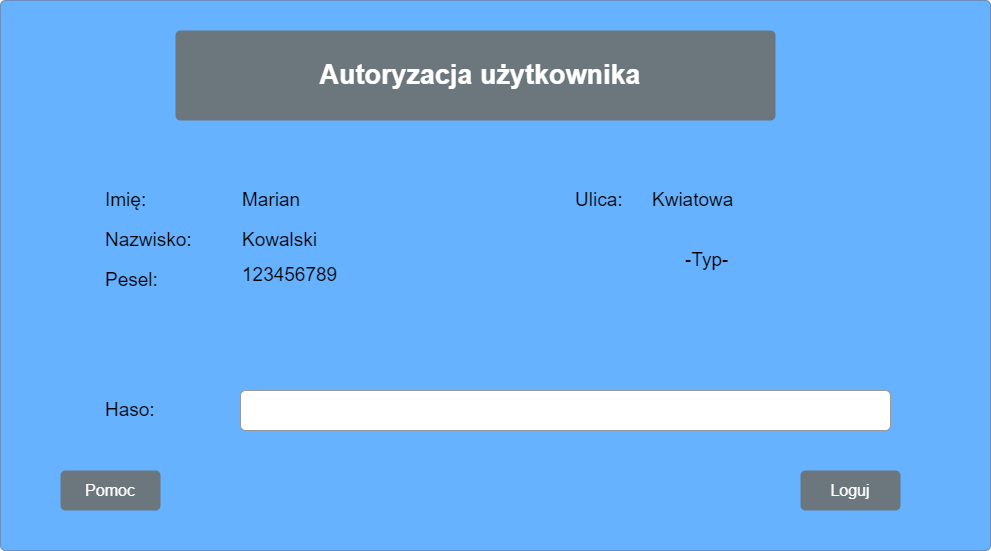
This is Diagramy/InterfejsAutoryzacijUzytkownika.drawio.png from Karczykowski/Psi, a draw.io export, as it was before one commit. Source tidied: cells renumbered, new cells last; positions are measured from the earlier drawing's top-left corner, leaving out a move shared by most shapes. Source of this version:
```xml
<mxGraphModel>
  <root>
    <mxCell id="0" />
    <mxCell id="1" parent="0" />
    <mxCell id="2" style="html=1;shadow=0;dashed=0;shape=mxgraph.bootstrap.rrect;rSize=5;strokeColor=#6c8ebf;strokeWidth=1;fillColor=#66B2FF;whiteSpace=wrap;align=center;verticalAlign=middle;spacingLeft=0;fontStyle=0;fontSize=16;spacing=5;" parent="1" vertex="1">
      <mxGeometry width="990" height="550" as="geometry" />
    </mxCell>
    <mxCell id="3" value="&lt;font style=&quot;font-size: 27px;&quot;&gt;Autoryzacja użytkownika&lt;/font&gt;" style="html=1;shadow=0;dashed=0;shape=mxgraph.bootstrap.rrect;rSize=5;strokeColor=none;strokeWidth=1;fillColor=#6C767D;fontColor=#FFFFFF;whiteSpace=wrap;align=center;verticalAlign=middle;spacingLeft=10;fontStyle=1;fontSize=18;" parent="1" vertex="1">
      <mxGeometry x="175" y="30" width="600" height="90" as="geometry" />
    </mxCell>
    <mxCell id="4" value="Loguj" style="html=1;shadow=0;dashed=0;shape=mxgraph.bootstrap.rrect;rSize=5;strokeColor=none;strokeWidth=1;fillColor=#6C767D;fontColor=#FFFFFF;whiteSpace=wrap;align=center;verticalAlign=middle;spacingLeft=0;fontStyle=0;fontSize=16;spacing=5;" parent="1" vertex="1">
      <mxGeometry x="800" y="470" width="100" height="40" as="geometry" />
    </mxCell>
    <mxCell id="5" value="Imię:" style="strokeColor=none;fillColor=none;fontColor=#000000;whiteSpace=wrap;align=left;verticalAlign=middle;fontStyle=0;fontSize=19;spacing=15;" parent="1" vertex="1">
      <mxGeometry x="90" y="180" width="150" height="40" as="geometry" />
    </mxCell>
    <mxCell id="6" value="Marian" style="strokeColor=none;fillColor=none;fontColor=#000000;whiteSpace=wrap;align=left;verticalAlign=middle;fontStyle=0;fontSize=19;" parent="1" vertex="1">
      <mxGeometry x="240" y="180" width="150" height="40" as="geometry" />
    </mxCell>
    <mxCell id="7" value="Haso:" style="strokeColor=none;fillColor=none;fontColor=#000000;whiteSpace=wrap;align=left;verticalAlign=middle;fontStyle=0;fontSize=19;spacing=15;" parent="1" vertex="1">
      <mxGeometry x="90" y="390" width="150" height="40" as="geometry" />
    </mxCell>
    <mxCell id="8" style="html=1;shadow=0;dashed=0;shape=mxgraph.bootstrap.rrect;rSize=5;strokeColor=#999999;fillColor=#ffffff;fontColor=#000000;whiteSpace=wrap;align=left;verticalAlign=middle;fontStyle=0;fontSize=14;spacing=15;" parent="1" vertex="1">
      <mxGeometry x="240" y="390" width="650" height="40" as="geometry" />
    </mxCell>
    <mxCell id="9" value="Pomoc" style="html=1;shadow=0;dashed=0;shape=mxgraph.bootstrap.rrect;rSize=5;strokeColor=none;strokeWidth=1;fillColor=#6C767D;fontColor=#FFFFFF;whiteSpace=wrap;align=center;verticalAlign=middle;spacingLeft=0;fontStyle=0;fontSize=16;spacing=5;" parent="1" vertex="1">
      <mxGeometry x="60" y="470" width="100" height="40" as="geometry" />
    </mxCell>
    <mxCell id="10" value="Nazwisko:" style="strokeColor=none;fillColor=none;fontColor=#000000;whiteSpace=wrap;align=left;verticalAlign=middle;fontStyle=0;fontSize=19;spacing=15;" parent="1" vertex="1">
      <mxGeometry x="90" y="220" width="150" height="40" as="geometry" />
    </mxCell>
    <mxCell id="11" value="Kowalski" style="strokeColor=none;fillColor=none;fontColor=#000000;whiteSpace=wrap;align=left;verticalAlign=middle;fontStyle=0;fontSize=19;" parent="1" vertex="1">
      <mxGeometry x="240" y="220" width="150" height="40" as="geometry" />
    </mxCell>
    <mxCell id="12" value="Pesel:" style="strokeColor=none;fillColor=none;fontColor=#000000;whiteSpace=wrap;align=left;verticalAlign=middle;fontStyle=0;fontSize=19;spacing=15;" parent="1" vertex="1">
      <mxGeometry x="90" y="260" width="150" height="40" as="geometry" />
    </mxCell>
    <mxCell id="13" value="123456789" style="strokeColor=none;fillColor=none;fontColor=#000000;whiteSpace=wrap;align=left;verticalAlign=middle;fontStyle=0;fontSize=19;" parent="1" vertex="1">
      <mxGeometry x="240" y="255" width="150" height="40" as="geometry" />
    </mxCell>
    <mxCell id="14" value="Ulica:" style="strokeColor=none;fillColor=none;fontColor=#000000;whiteSpace=wrap;align=left;verticalAlign=middle;fontStyle=0;fontSize=19;spacing=15;" parent="1" vertex="1">
      <mxGeometry x="560" y="180" width="150" height="40" as="geometry" />
    </mxCell>
    <mxCell id="15" value="Kwiatowa" style="strokeColor=none;fillColor=none;fontColor=#000000;whiteSpace=wrap;align=left;verticalAlign=middle;fontStyle=0;fontSize=19;" parent="1" vertex="1">
      <mxGeometry x="650" y="180" width="150" height="40" as="geometry" />
    </mxCell>
    <mxCell id="16" value="-Typ-" style="strokeColor=none;fillColor=none;fontColor=#000000;whiteSpace=wrap;align=left;verticalAlign=middle;fontStyle=0;fontSize=19;spacing=15;" parent="1" vertex="1">
      <mxGeometry x="670" y="240" width="80" height="40" as="geometry" />
    </mxCell>
  </root>
</mxGraphModel>
```
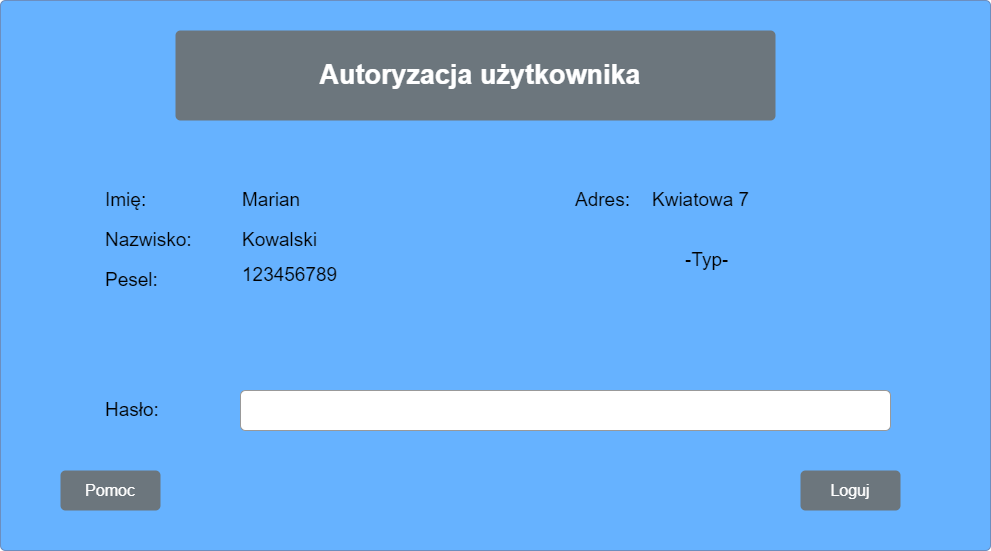
Later version of the same file.

The edit, as a diff of the source:
```diff
@@ -17,7 +17,7 @@
     <mxCell id="6" value="Marian" style="strokeColor=none;fillColor=none;fontColor=#000000;whiteSpace=wrap;align=left;verticalAlign=middle;fontStyle=0;fontSize=19;" parent="1" vertex="1">
       <mxGeometry x="240" y="180" width="150" height="40" as="geometry" />
     </mxCell>
-    <mxCell id="7" value="Haso:" style="strokeColor=none;fillColor=none;fontColor=#000000;whiteSpace=wrap;align=left;verticalAlign=middle;fontStyle=0;fontSize=19;spacing=15;" parent="1" vertex="1">
+    <mxCell id="7" value="Hasło:" style="strokeColor=none;fillColor=none;fontColor=#000000;whiteSpace=wrap;align=left;verticalAlign=middle;fontStyle=0;fontSize=19;spacing=15;" parent="1" vertex="1">
       <mxGeometry x="90" y="390" width="150" height="40" as="geometry" />
     </mxCell>
     <mxCell id="8" style="html=1;shadow=0;dashed=0;shape=mxgraph.bootstrap.rrect;rSize=5;strokeColor=#999999;fillColor=#ffffff;fontColor=#000000;whiteSpace=wrap;align=left;verticalAlign=middle;fontStyle=0;fontSize=14;spacing=15;" parent="1" vertex="1">
@@ -38,10 +38,10 @@
     <mxCell id="13" value="123456789" style="strokeColor=none;fillColor=none;fontColor=#000000;whiteSpace=wrap;align=left;verticalAlign=middle;fontStyle=0;fontSize=19;" parent="1" vertex="1">
       <mxGeometry x="240" y="255" width="150" height="40" as="geometry" />
     </mxCell>
-    <mxCell id="14" value="Ulica:" style="strokeColor=none;fillColor=none;fontColor=#000000;whiteSpace=wrap;align=left;verticalAlign=middle;fontStyle=0;fontSize=19;spacing=15;" parent="1" vertex="1">
+    <mxCell id="14" value="Adres:" style="strokeColor=none;fillColor=none;fontColor=#000000;whiteSpace=wrap;align=left;verticalAlign=middle;fontStyle=0;fontSize=19;spacing=15;" parent="1" vertex="1">
       <mxGeometry x="560" y="180" width="150" height="40" as="geometry" />
     </mxCell>
-    <mxCell id="15" value="Kwiatowa" style="strokeColor=none;fillColor=none;fontColor=#000000;whiteSpace=wrap;align=left;verticalAlign=middle;fontStyle=0;fontSize=19;" parent="1" vertex="1">
+    <mxCell id="15" value="Kwiatowa 7" style="strokeColor=none;fillColor=none;fontColor=#000000;whiteSpace=wrap;align=left;verticalAlign=middle;fontStyle=0;fontSize=19;" parent="1" vertex="1">
       <mxGeometry x="650" y="180" width="150" height="40" as="geometry" />
     </mxCell>
     <mxCell id="16" value="-Typ-" style="strokeColor=none;fillColor=none;fontColor=#000000;whiteSpace=wrap;align=left;verticalAlign=middle;fontStyle=0;fontSize=19;spacing=15;" parent="1" vertex="1">
```
